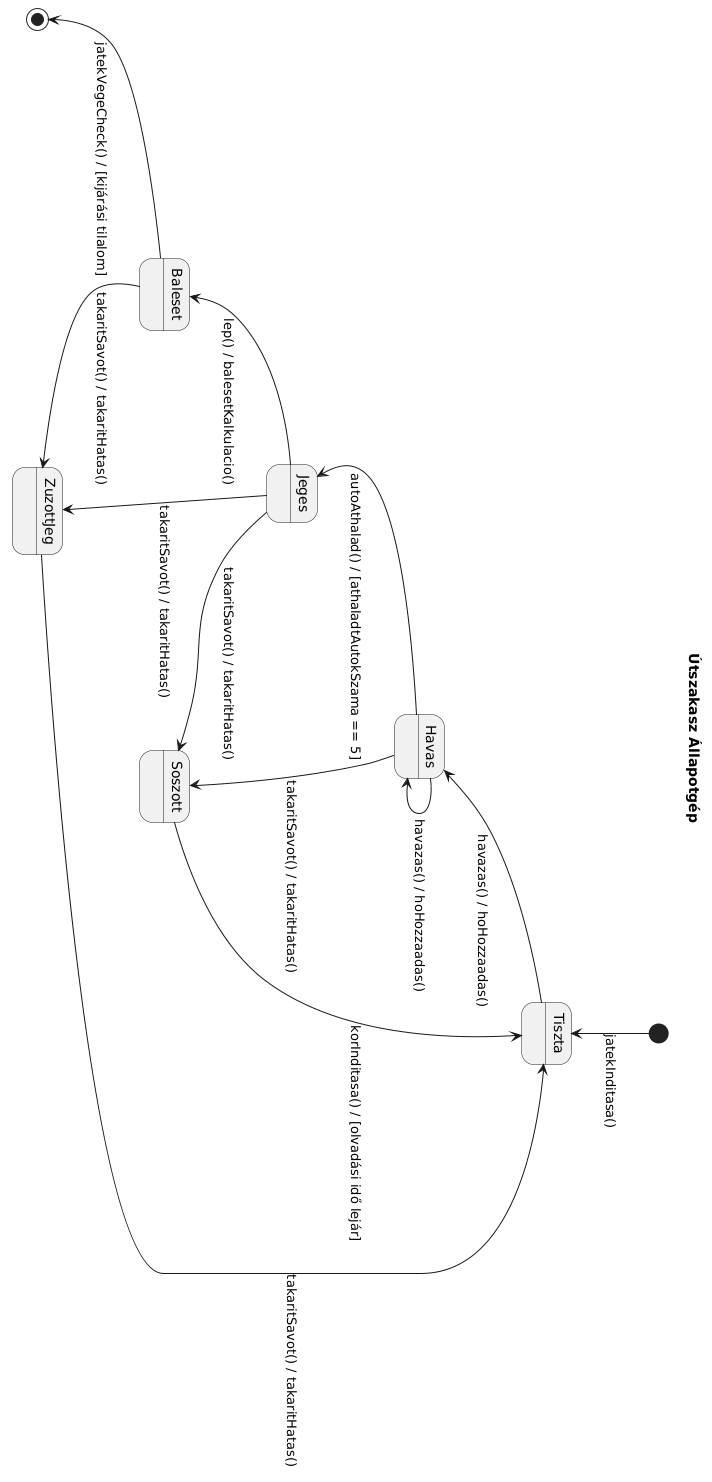
tdavid77/ProjLab keeps this PlantUML diagram as DOK/docs/img/uml_state_chart/utszakasz.png. Above is the earlier version.
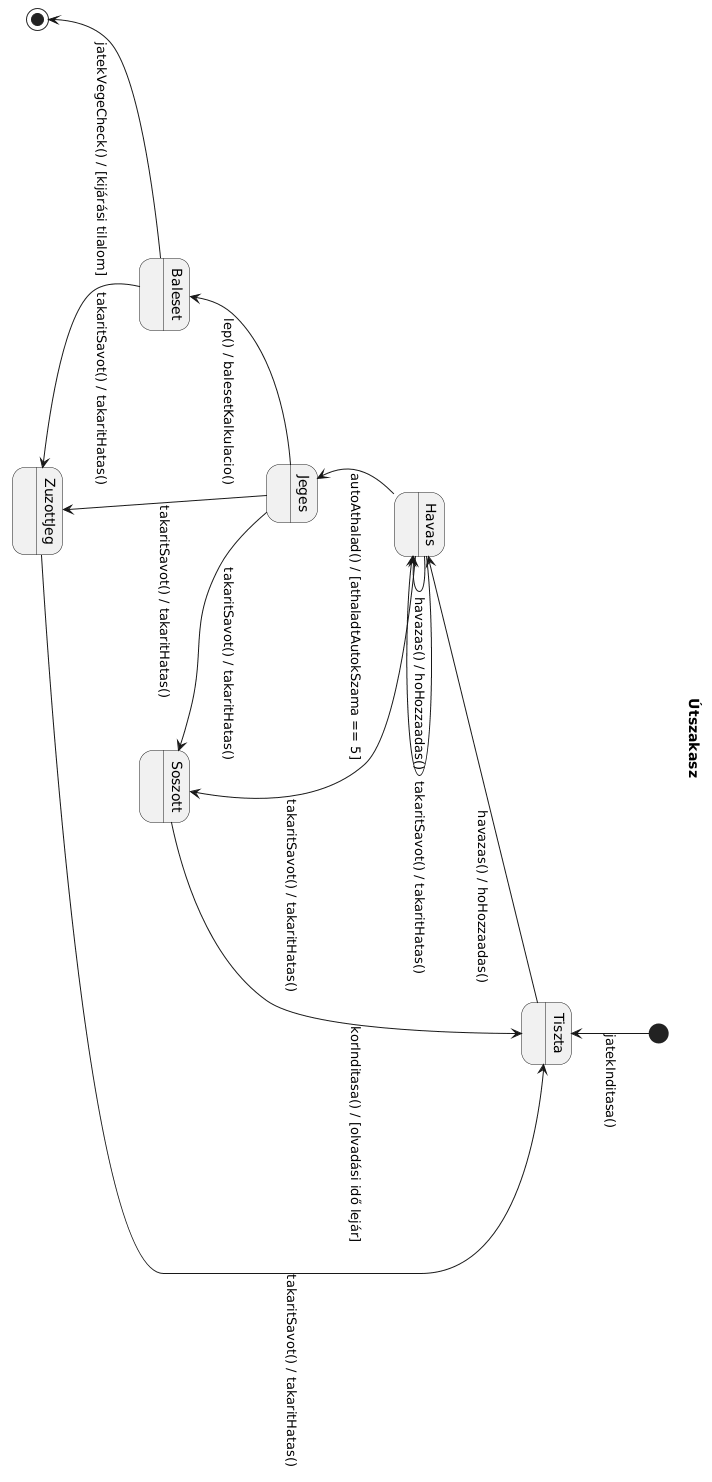
The same file after the commit.

What changed in the source:
```diff
@@ -2,7 +2,7 @@
 skinparam monochrome true
 skinparam shadowing false
 
-title Útszakasz Állapotgép
+title Útszakasz
 
 state Tiszta :
 state Havas :
@@ -19,6 +19,7 @@
 Jeges --> Baleset : lep() / balesetKalkulacio()
 Baleset --> ZuzottJeg : takaritSavot() / takaritHatas()
 
+Havas --> Havas: takaritSavot() / takaritHatas()
 Havas --> Soszott : takaritSavot() / takaritHatas()
 Jeges --> Soszott : takaritSavot() / takaritHatas()
 Jeges --> ZuzottJeg : takaritSavot() / takaritHatas()
```
